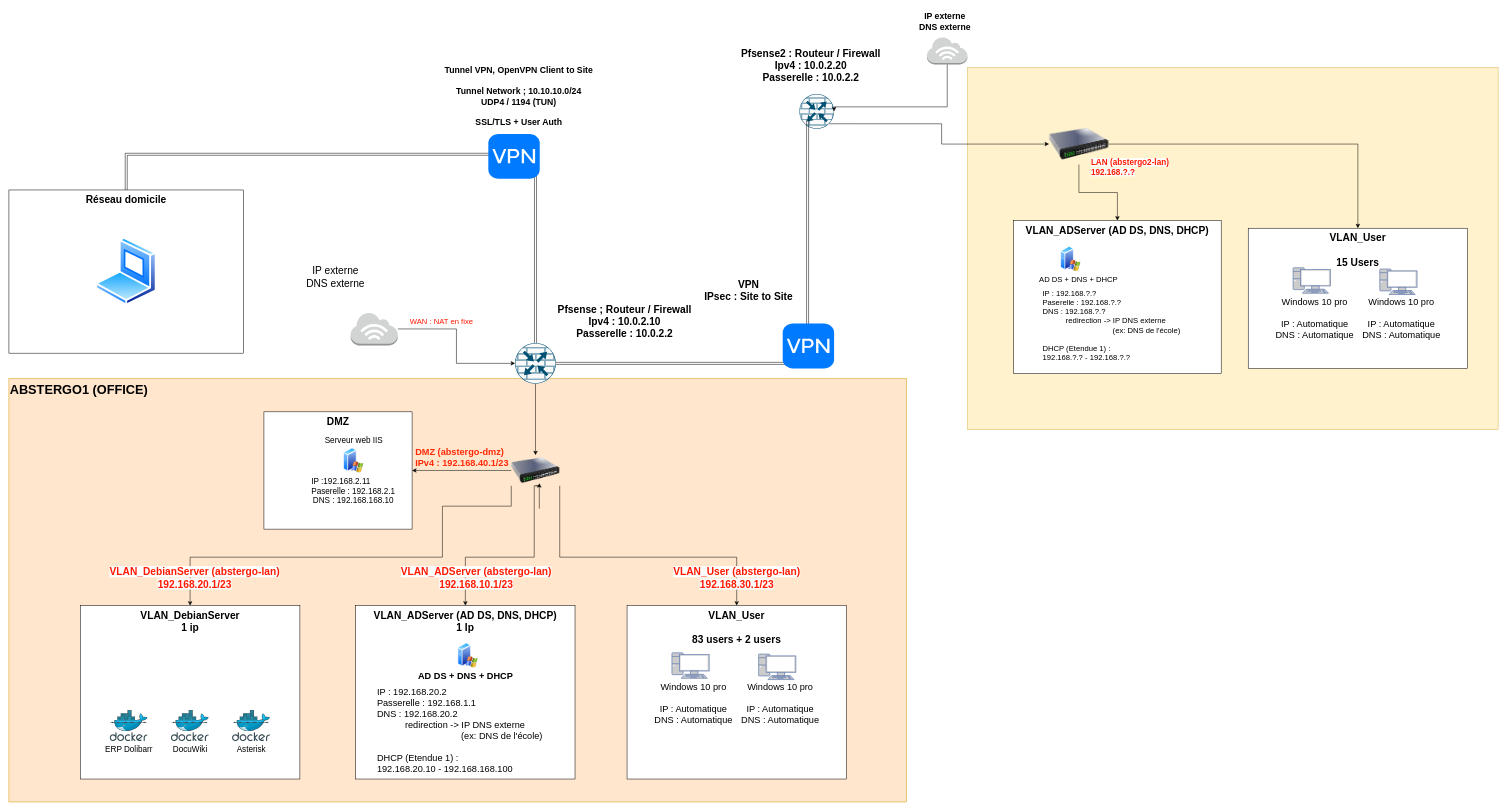
CharifMah/AbstergoAnimus keeps this draw.io diagram as New Network Architecture Abstergo.drawio. Above is the earlier version. Source tidied: cells renumbered, new cells numbered last; positions are measured from the earlier drawing's top-left corner, leaving out a move shared by most shapes. Both pictures are drawn from the tidied source at 51%, with x=0, y=0 at pixel (9, 9).
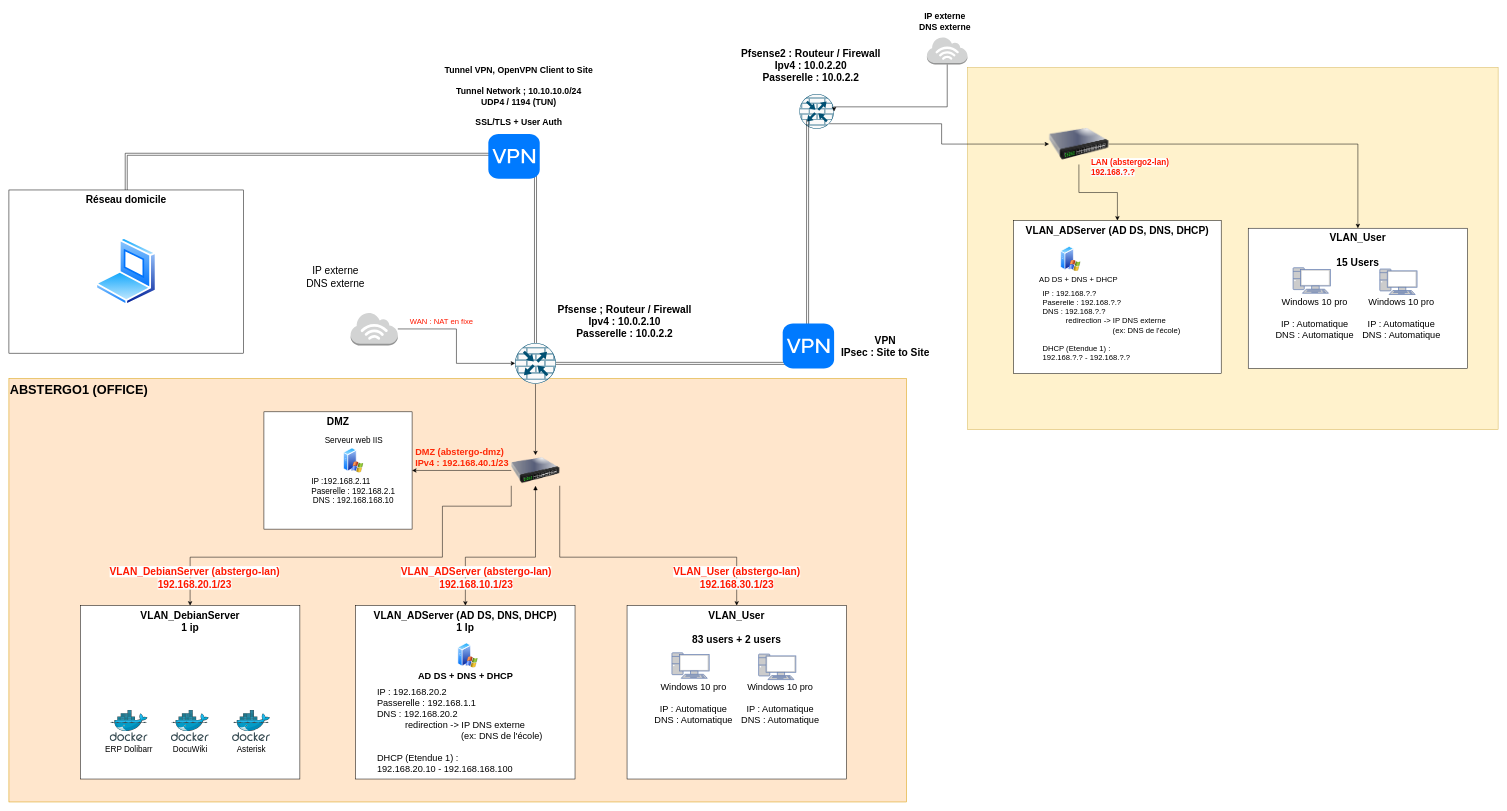
The same diagram, later.

Unchanged cells that the change refers to:
```xml
<mxCell id="7" value="&lt;font style=&quot;font-size: 20px;&quot;&gt;&lt;b&gt;VLAN_ADServer (AD DS, DNS, DHCP)&lt;br&gt;1 Ip&lt;br&gt;&lt;br&gt;&lt;/b&gt;&lt;/font&gt;" style="rounded=0;whiteSpace=wrap;html=1;verticalAlign=top;" parent="1" vertex="1">
  <mxGeometry x="680" y="1170" width="430" height="340" as="geometry" />
</mxCell>
<mxCell id="18" style="image;html=1;image=img/lib/clip_art/networking/Switch_128x128.png;" parent="1" vertex="1">
  <mxGeometry x="985" y="875" width="95" height="60" as="geometry" />
</mxCell>
```

Change to the diagram source:
```diff
@@
-    <mxCell id="16" style="edgeStyle=orthogonalEdgeStyle;rounded=0;jettySize=auto;html=1;exitX=0.5;exitY=1;exitDx=0;exitDy=0;entryX=0.5;entryY=0;entryDx=0;entryDy=0;" parent="1" edge="1" target="7">
+    <mxCell id="16" style="edgeStyle=orthogonalEdgeStyle;rounded=0;jettySize=auto;html=1;entryX=0.5;entryY=0;entryDx=0;entryDy=0;startArrow=block;startFill=1;" parent="1" edge="1" source="18" target="7">
       <mxGeometry relative="1" as="geometry">
-        <mxPoint x="1040" y="980" as="sourcePoint" />
         <Array as="points">
-          <mxPoint x="1030" y="935" />
-          <mxPoint x="1030" y="1075" />
+          <mxPoint x="1033" y="1075" />
           <mxPoint x="895" y="1075" />
         </Array>
       </mxGeometry>
     </mxCell>
@@
     <mxCell id="39" value="VPN &lt;br style=&quot;font-size: 20px;&quot;&gt;IPsec : Site to Site" style="text;html=1;align=center;verticalAlign=middle;strokeColor=none;fillColor=none;fontSize=20;fontStyle=1;" parent="1" vertex="1">
-      <mxGeometry x="1350" y="522" width="200" height="60" as="geometry" />
+      <mxGeometry x="1618" y="631" width="200" height="60" as="geometry" />
     </mxCell>
@@
-    <mxCell id="44" style="edgeStyle=orthogonalEdgeStyle;rounded=0;jettySize=auto;html=1;exitX=0.5;exitY=1;exitDx=0;exitDy=0;entryX=0.5;entryY=0;entryDx=0;entryDy=0;" parent="1" edge="1" source="18">
-      <mxGeometry relative="1" as="geometry">
-        <mxPoint x="1040" y="930" as="targetPoint" />
-      </mxGeometry>
-    </mxCell>
```
